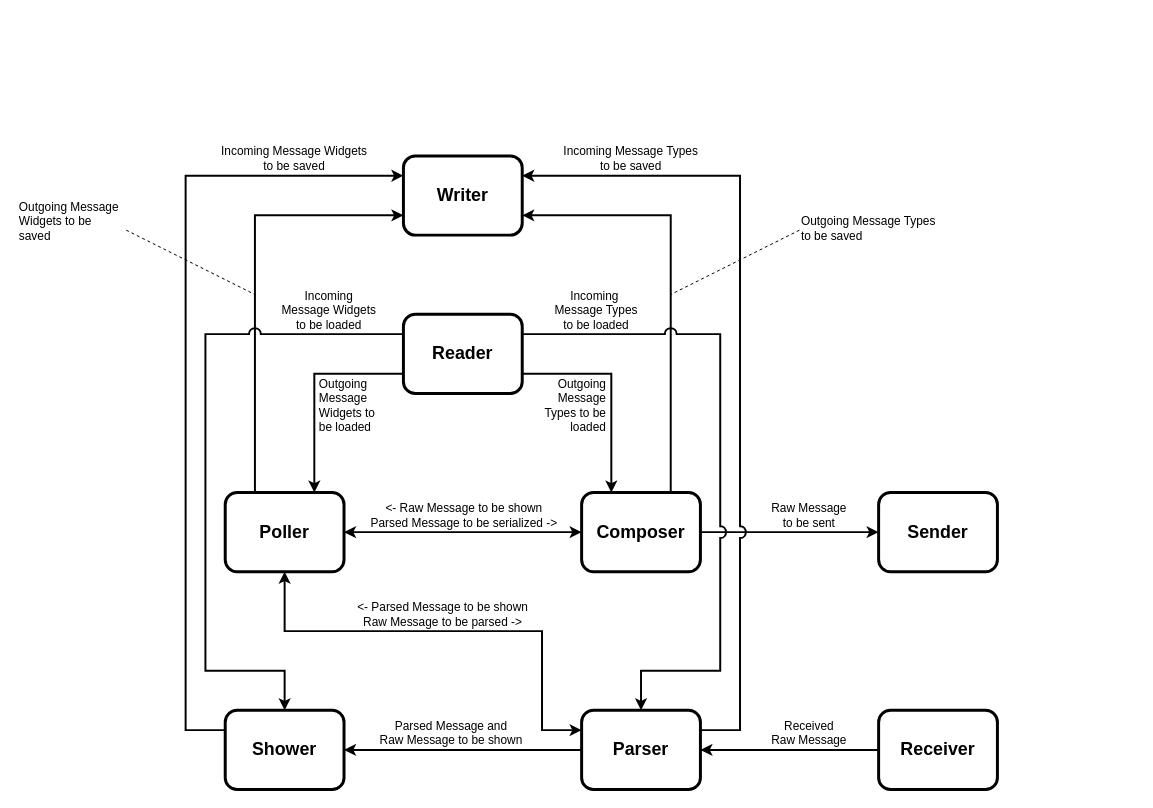
davarabinovich/can_ciffer keeps this draw.io diagram as system_design/High Level Diagram.drawio. Above is the earlier version. Source tidied: cells renumbered, new cells numbered last; positions are measured from the earlier drawing's top-left corner, leaving out a move shared by most shapes. Both pictures are drawn from the tidied source at 99%, with x=0, y=0 at pixel (17, 146).
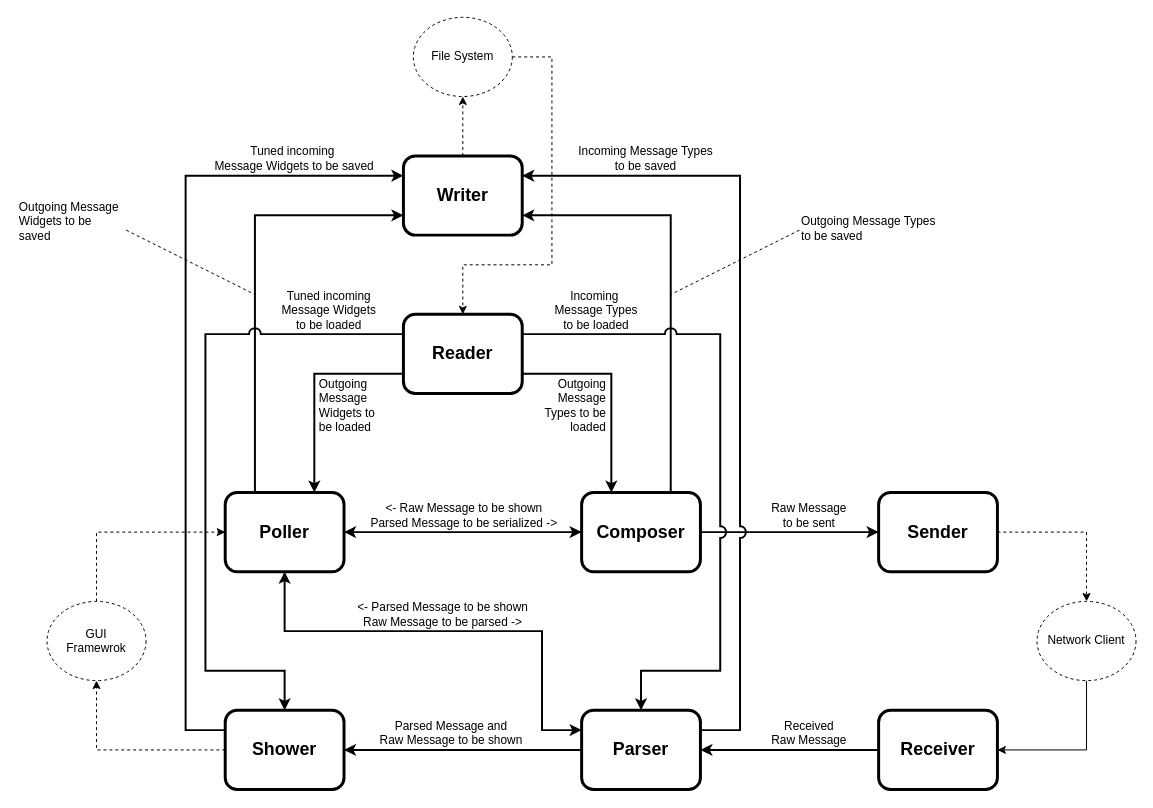
The same page after the edit.

Commit message:
Only explicitly tuned incoming widgets are marked as storable/readable on HL diagram

The change refers to these unchanged cells:
```xml
<mxCell id="2" value="Sender" style="rounded=1;whiteSpace=wrap;html=1;strokeWidth=3;fontSize=18;fontStyle=1;" parent="1" vertex="1">
  <mxGeometry x="870" y="350" width="120" height="80" as="geometry" />
</mxCell>
<mxCell id="4" value="Receiver" style="rounded=1;whiteSpace=wrap;html=1;strokeWidth=3;fontSize=18;fontStyle=1;" parent="1" vertex="1">
  <mxGeometry x="870" y="570" width="120" height="80" as="geometry" />
</mxCell>
<mxCell id="14" value="Poller" style="rounded=1;whiteSpace=wrap;html=1;strokeWidth=3;fontSize=18;fontStyle=1;" parent="1" vertex="1">
  <mxGeometry x="210" y="350" width="120" height="80" as="geometry" />
</mxCell>
<mxCell id="16" value="Shower" style="rounded=1;whiteSpace=wrap;html=1;strokeWidth=3;fontSize=18;fontStyle=1;" parent="1" vertex="1">
  <mxGeometry x="210" y="570" width="120" height="80" as="geometry" />
</mxCell>
<mxCell id="17" value="Writer" style="rounded=1;whiteSpace=wrap;html=1;strokeWidth=3;fontSize=18;fontStyle=1;" parent="1" vertex="1">
  <mxGeometry x="390" y="10" width="120" height="80" as="geometry" />
</mxCell>
<mxCell id="22" value="Reader" style="rounded=1;whiteSpace=wrap;html=1;strokeWidth=3;fontSize=18;fontStyle=1;" parent="1" vertex="1">
  <mxGeometry x="390" y="170" width="120" height="80" as="geometry" />
</mxCell>
```

The edit, as a diff of the source:
```diff
@@
+    <mxCell id="38" style="edgeStyle=orthogonalEdgeStyle;rounded=0;jettySize=auto;html=1;entryX=0.5;entryY=0;entryDx=0;entryDy=0;dashed=1;" parent="1" edge="1" source="2" target="42">
+      <mxGeometry relative="1" as="geometry" />
+    </mxCell>
@@
+    <mxCell id="39" style="edgeStyle=orthogonalEdgeStyle;rounded=0;jettySize=auto;html=1;exitX=0;exitY=0.5;exitDx=0;exitDy=0;entryX=0.5;entryY=1;entryDx=0;entryDy=0;dashed=1;" parent="1" edge="1" source="16" target="44">
+      <mxGeometry relative="1" as="geometry" />
+    </mxCell>
@@
+    <mxCell id="40" style="edgeStyle=orthogonalEdgeStyle;rounded=0;jettySize=auto;html=1;entryX=0.5;entryY=1;entryDx=0;entryDy=0;dashed=1;" parent="1" edge="1" source="17" target="46">
+      <mxGeometry relative="1" as="geometry" />
+    </mxCell>
@@
-    <mxCell id="25" value="Incoming Message Types&lt;div&gt;to be saved&lt;/div&gt;" style="text;html=1;align=center;verticalAlign=bottom;whiteSpace=wrap;rounded=0;" parent="1" vertex="1">
-      <mxGeometry x="530" y="10" width="180" height="20" as="geometry" />
+    <mxCell id="25" value="Incoming&amp;nbsp;&lt;span style=&quot;background-color: initial;&quot;&gt;Message Types&lt;/span&gt;&lt;div&gt;&lt;span style=&quot;background-color: initial;&quot;&gt;to be saved&lt;/span&gt;&lt;/div&gt;" style="text;html=1;align=center;verticalAlign=bottom;whiteSpace=wrap;rounded=0;" parent="1" vertex="1">
+      <mxGeometry x="560" width="150" height="30" as="geometry" />
     </mxCell>
-    <mxCell id="26" value="Incoming Message Widgets&lt;div&gt;to be saved&lt;/div&gt;" style="text;html=1;align=center;verticalAlign=bottom;whiteSpace=wrap;rounded=0;" parent="1" vertex="1">
+    <mxCell id="26" value="Tuned incoming&amp;nbsp;&lt;div&gt;Message Widgets&amp;nbsp;&lt;span style=&quot;background-color: initial;&quot;&gt;to be saved&lt;/span&gt;&lt;/div&gt;" style="text;html=1;align=center;verticalAlign=bottom;whiteSpace=wrap;rounded=0;" parent="1" vertex="1">
       <mxGeometry x="190" width="180" height="30" as="geometry" />
     </mxCell>
@@
-    <mxCell id="32" value="Incoming&lt;div&gt;Message Widgets&lt;div&gt;to be loaded&lt;/div&gt;&lt;/div&gt;" style="text;html=1;align=center;verticalAlign=bottom;whiteSpace=wrap;rounded=0;" parent="1" vertex="1">
+    <mxCell id="32" value="Tuned incoming&lt;div&gt;Message Widgets&lt;div&gt;to be loaded&lt;/div&gt;&lt;/div&gt;" style="text;html=1;align=center;verticalAlign=bottom;whiteSpace=wrap;rounded=0;" parent="1" vertex="1">
       <mxGeometry x="260" y="140" width="110" height="50" as="geometry" />
     </mxCell>
@@
+    <mxCell id="41" style="edgeStyle=orthogonalEdgeStyle;rounded=0;jettySize=auto;html=1;exitX=0.5;exitY=1;exitDx=0;exitDy=0;entryX=1;entryY=0.5;entryDx=0;entryDy=0;" parent="1" edge="1" source="42" target="4">
+      <mxGeometry relative="1" as="geometry" />
+    </mxCell>
+    <mxCell id="42" value="Network Client" style="ellipse;whiteSpace=wrap;html=1;dashed=1;" parent="1" vertex="1">
+      <mxGeometry x="1030" y="460" width="100" height="80" as="geometry" />
+    </mxCell>
+    <mxCell id="43" style="edgeStyle=orthogonalEdgeStyle;rounded=0;jettySize=auto;html=1;exitX=0.5;exitY=0;exitDx=0;exitDy=0;entryX=0;entryY=0.5;entryDx=0;entryDy=0;dashed=1;" parent="1" edge="1" source="44" target="14">
+      <mxGeometry relative="1" as="geometry" />
+    </mxCell>
+    <mxCell id="44" value="GUI&lt;br&gt;Framewrok" style="ellipse;whiteSpace=wrap;html=1;dashed=1;" parent="1" vertex="1">
+      <mxGeometry x="30" y="460" width="100" height="80" as="geometry" />
+    </mxCell>
+    <mxCell id="45" style="edgeStyle=orthogonalEdgeStyle;rounded=0;jettySize=auto;html=1;exitX=1;exitY=0.5;exitDx=0;exitDy=0;dashed=1;" parent="1" edge="1" source="46" target="22">
+      <mxGeometry relative="1" as="geometry">
+        <Array as="points">
+          <mxPoint x="540" y="-90" />
+          <mxPoint x="540" y="120" />
+          <mxPoint x="450" y="120" />
+        </Array>
+      </mxGeometry>
+    </mxCell>
+    <mxCell id="46" value="File System" style="ellipse;whiteSpace=wrap;html=1;dashed=1;" parent="1" vertex="1">
+      <mxGeometry x="400" y="-130" width="100" height="80" as="geometry" />
+    </mxCell>
```
